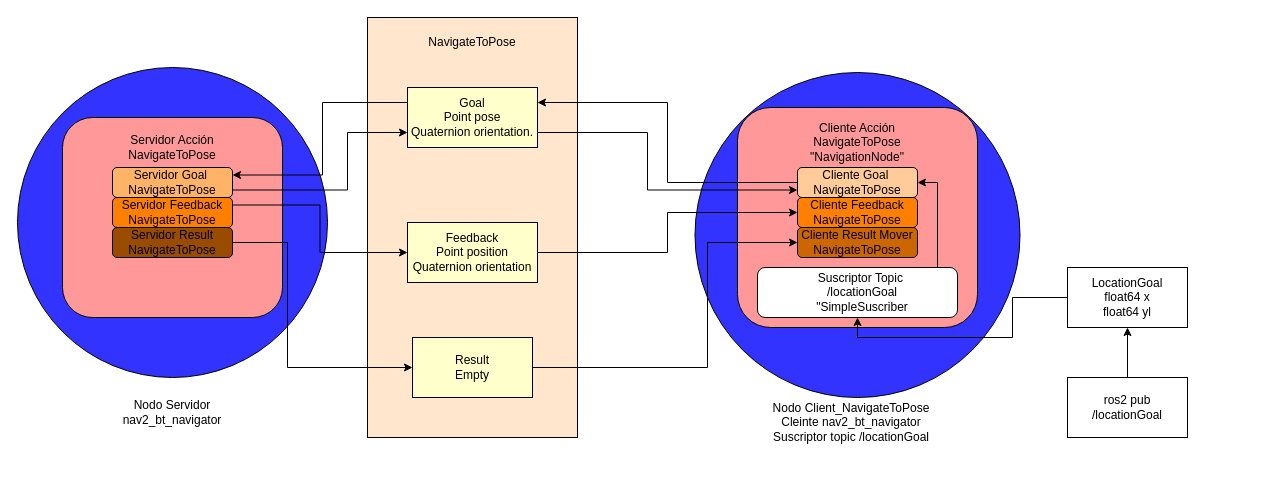
This is doc/diagramas_bloque/NavegacionPuntoSprint1/Sprint_1_movement.drawio from Heur-a/gymbrot, a draw.io file, before an edit. Source tidied: cells renumbered, new cells numbered last; positions are measured from the earlier drawing's top-left corner, leaving out a move shared by most shapes. Both pictures are drawn from the tidied source at 100%, with x=0, y=0 at pixel (17, 17).
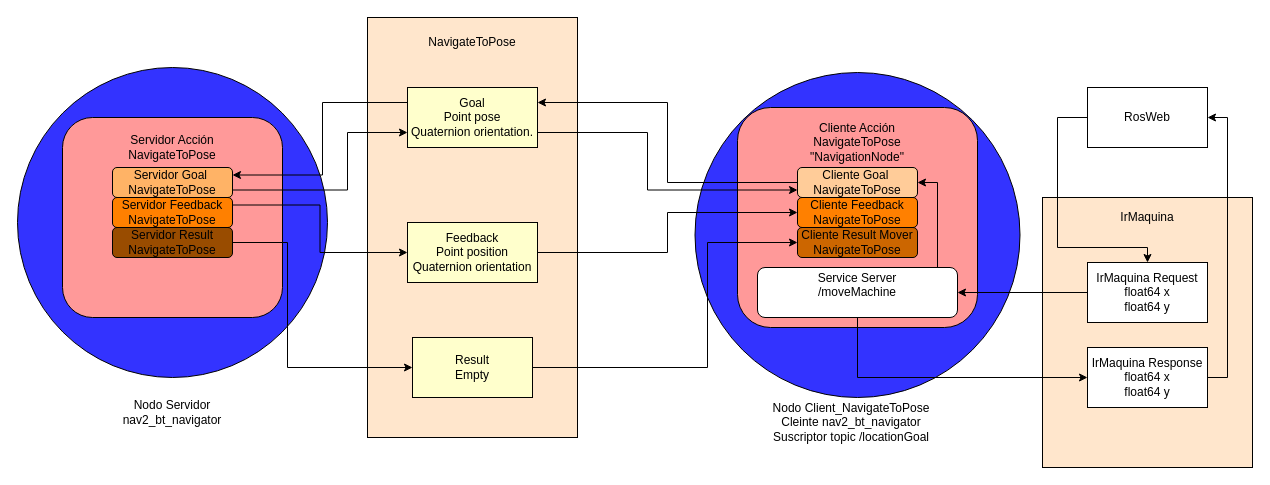
Above is the later version.

Unchanged cells that the change refers to:
```xml
<mxCell id="29" style="rounded=1;whiteSpace=wrap;html=1;" parent="1" vertex="1">
  <mxGeometry x="740" y="250" width="200" height="50" as="geometry" />
</mxCell>
```

Change to the diagram source:
```diff
@@
-    <mxCell id="30" value="&lt;div&gt;Suscriptor Topic&amp;nbsp;&lt;/div&gt;&lt;div&gt;/locationGoal&lt;/div&gt;&lt;div&gt;&quot;SimpleSuscriber&lt;/div&gt;" style="text;html=1;align=center;verticalAlign=middle;whiteSpace=wrap;rounded=0;" parent="1" vertex="1">
-      <mxGeometry x="770" y="260" width="150" height="30" as="geometry" />
+    <mxCell id="30" value="&lt;div&gt;Service Server&lt;/div&gt;&lt;div&gt;/moveMachine&lt;/div&gt;&lt;div&gt;&lt;br&gt;&lt;/div&gt;" style="text;html=1;align=center;verticalAlign=middle;whiteSpace=wrap;rounded=0;" parent="1" vertex="1">
+      <mxGeometry x="765" y="260" width="150" height="30" as="geometry" />
     </mxCell>
+    <mxCell id="33" value="NavigateToPose" style="text;html=1;align=center;verticalAlign=middle;whiteSpace=wrap;rounded=0;" parent="1" vertex="1">
+      <mxGeometry x="425" y="10" width="60" height="30" as="geometry" />
+    </mxCell>
+    <mxCell id="36" style="rounded=0;whiteSpace=wrap;html=1;fillColor=#FFE6CC;" parent="1" vertex="1">
+      <mxGeometry x="1025" y="180" width="210" height="270" as="geometry" />
+    </mxCell>
+    <mxCell id="37" style="edgeStyle=orthogonalEdgeStyle;rounded=0;jettySize=auto;html=1;entryX=1;entryY=0.5;entryDx=0;entryDy=0;" parent="1" edge="1" source="38" target="42">
+      <mxGeometry relative="1" as="geometry">
+        <Array as="points">
+          <mxPoint x="1210" y="360" />
+          <mxPoint x="1210" y="100" />
+        </Array>
+      </mxGeometry>
+    </mxCell>
+    <mxCell id="38" value="&lt;div&gt;&lt;span style=&quot;background-color: transparent; color: light-dark(rgb(0, 0, 0), rgb(255, 255, 255));&quot;&gt;IrMaquina Response&lt;/span&gt;&lt;/div&gt;&lt;div&gt;&lt;span style=&quot;background-color: transparent; color: light-dark(rgb(0, 0, 0), rgb(255, 255, 255));&quot;&gt;float64 x&lt;/span&gt;&lt;/div&gt;&lt;div&gt;float64 y&lt;/div&gt;" style="rounded=0;whiteSpace=wrap;html=1;" parent="1" vertex="1">
+      <mxGeometry x="1070" y="330" width="120" height="60" as="geometry" />
+    </mxCell>
+    <mxCell id="32" value="&lt;div&gt;&lt;span style=&quot;background-color: transparent; color: light-dark(rgb(0, 0, 0), rgb(255, 255, 255));&quot;&gt;IrMaquina Request&lt;/span&gt;&lt;/div&gt;&lt;div&gt;&lt;span style=&quot;background-color: transparent; color: light-dark(rgb(0, 0, 0), rgb(255, 255, 255));&quot;&gt;float64 x&lt;/span&gt;&lt;/div&gt;&lt;div&gt;float64 y&lt;/div&gt;" style="rounded=0;whiteSpace=wrap;html=1;" parent="1" vertex="1">
+      <mxGeometry x="1070" y="245" width="120" height="60" as="geometry" />
+    </mxCell>
+    <mxCell id="39" value="IrMaquina" style="text;html=1;align=center;verticalAlign=middle;whiteSpace=wrap;rounded=0;" parent="1" vertex="1">
+      <mxGeometry x="1100" y="185" width="60" height="30" as="geometry" />
+    </mxCell>
-    <mxCell id="31" style="edgeStyle=orthogonalEdgeStyle;rounded=0;jettySize=auto;html=1;entryX=0.5;entryY=1;entryDx=0;entryDy=0;" parent="1" edge="1" source="32" target="29">
+    <mxCell id="31" style="edgeStyle=orthogonalEdgeStyle;rounded=0;jettySize=auto;html=1;entryX=1;entryY=0.5;entryDx=0;entryDy=0;" parent="1" edge="1" source="32" target="29">
       <mxGeometry relative="1" as="geometry" />
     </mxCell>
-    <mxCell id="32" value="&lt;div&gt;LocationGoal&lt;/div&gt;&lt;div&gt;float64 x&lt;/div&gt;&lt;div&gt;float64 yl&lt;/div&gt;" style="rounded=0;whiteSpace=wrap;html=1;" parent="1" vertex="1">
-      <mxGeometry x="1050" y="250" width="120" height="60" as="geometry" />
-    </mxCell>
-    <mxCell id="33" value="NavigateToPose" style="text;html=1;align=center;verticalAlign=middle;whiteSpace=wrap;rounded=0;" parent="1" vertex="1">
-      <mxGeometry x="425" y="10" width="60" height="30" as="geometry" />
-    </mxCell>
-    <mxCell id="34" style="edgeStyle=orthogonalEdgeStyle;rounded=0;jettySize=auto;html=1;" parent="1" edge="1" source="35" target="32">
-      <mxGeometry relative="1" as="geometry" />
-    </mxCell>
-    <mxCell id="35" value="ros2 pub /locationGoal" style="rounded=0;whiteSpace=wrap;html=1;" parent="1" vertex="1">
-      <mxGeometry x="1050" y="360" width="120" height="60" as="geometry" />
-    </mxCell>
+    <mxCell id="40" style="edgeStyle=orthogonalEdgeStyle;rounded=0;jettySize=auto;html=1;exitX=0.5;exitY=1;exitDx=0;exitDy=0;entryX=0;entryY=0.5;entryDx=0;entryDy=0;" parent="1" edge="1" source="29" target="38">
+      <mxGeometry relative="1" as="geometry" />
+    </mxCell>
+    <mxCell id="41" style="edgeStyle=orthogonalEdgeStyle;rounded=0;jettySize=auto;html=1;exitX=0;exitY=0.5;exitDx=0;exitDy=0;entryX=0.5;entryY=0;entryDx=0;entryDy=0;" parent="1" edge="1" source="42" target="32">
+      <mxGeometry relative="1" as="geometry">
+        <Array as="points">
+          <mxPoint x="1040" y="100" />
+          <mxPoint x="1040" y="230" />
+          <mxPoint x="1130" y="230" />
+        </Array>
+      </mxGeometry>
+    </mxCell>
+    <mxCell id="42" value="RosWeb" style="rounded=0;whiteSpace=wrap;html=1;" parent="1" vertex="1">
+      <mxGeometry x="1070" y="70" width="120" height="60" as="geometry" />
+    </mxCell>
```
